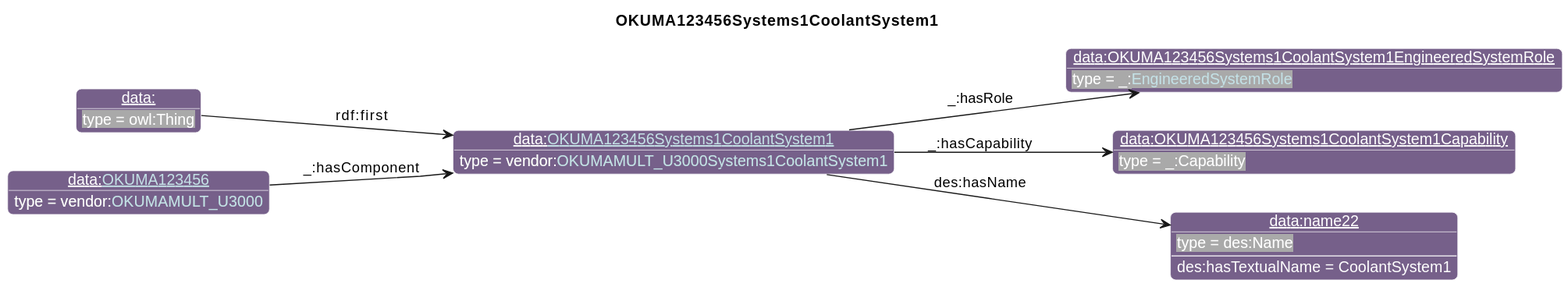
Earlier version of the PlantUML export diagrams/OKUMA123456Systems1CoolantSystem1.svg (iofoundry/example-syseng-mtconnect).
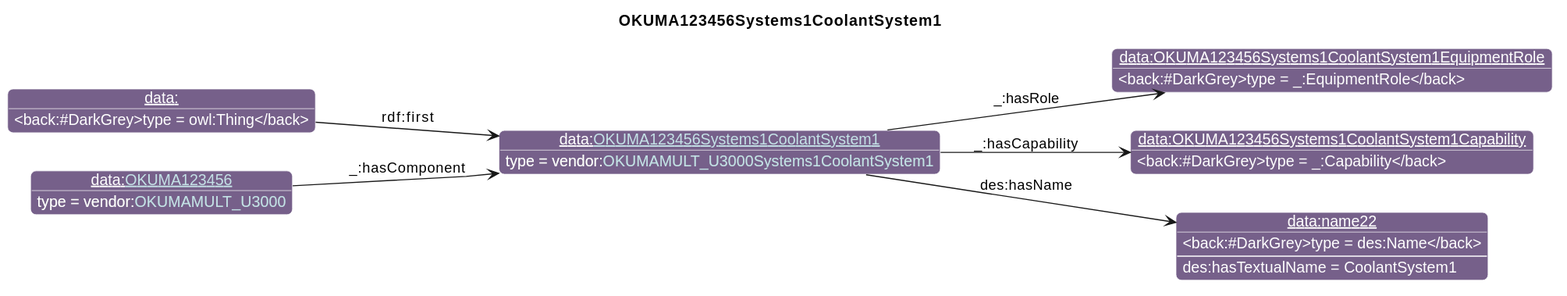
The same diagram one commit later.

Diff of the diagram source:
```diff
@@ -26,7 +26,7 @@
                       "qp":"641B2E"
       }
 individual(o0, data:[[./OKUMA123456Systems1CoolantSystem1.html OKUMA123456Systems1CoolantSystem1]], vendor:[[../OKUMA.html#OKUMAMULT_U3000Systems1CoolantSystem1 OKUMAMULT_U3000Systems1CoolantSystem1]])
-individual(o1, data:OKUMA123456Systems1CoolantSystem1EngineeredSystemRole, _:[[../MTConnect.html#EngineeredSystemRole EngineeredSystemRole]])
+individual(o1, data:OKUMA123456Systems1CoolantSystem1EquipmentRole, _:EquipmentRole)
 individual(o2, data:OKUMA123456Systems1CoolantSystem1Capability, _:Capability)
 individual(o3, data:name22, des:Name)
 individual(o4, data:, owl:Thing)
```
